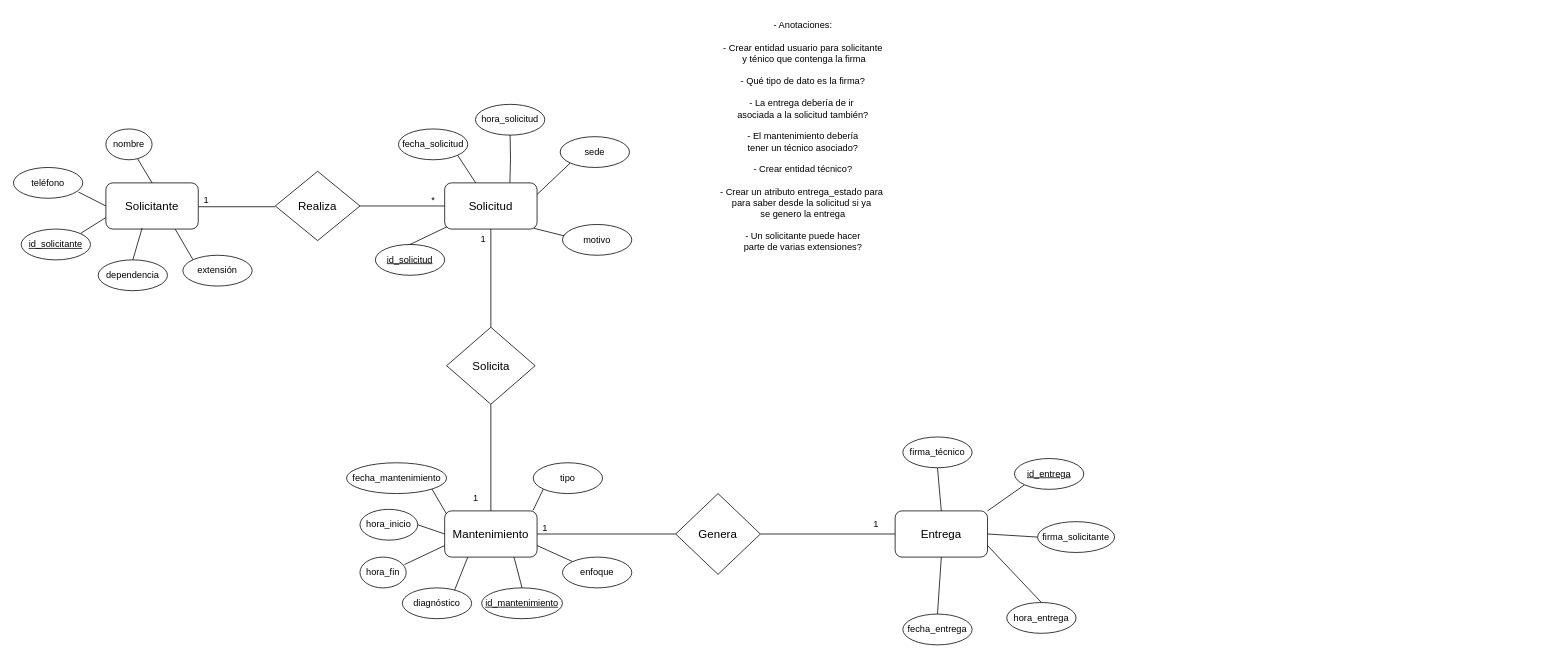
The draw.io diagram E-R Model Software and hardware maintenance.drawio in DevKike/maintenance_management_system, before the edit. Source tidied: cells renumbered, new cells numbered last; positions are measured from the earlier drawing's top-left corner, leaving out a move shared by most shapes. Both pictures are drawn from the tidied source at 77%, with x=0, y=0 at pixel (13, 13).
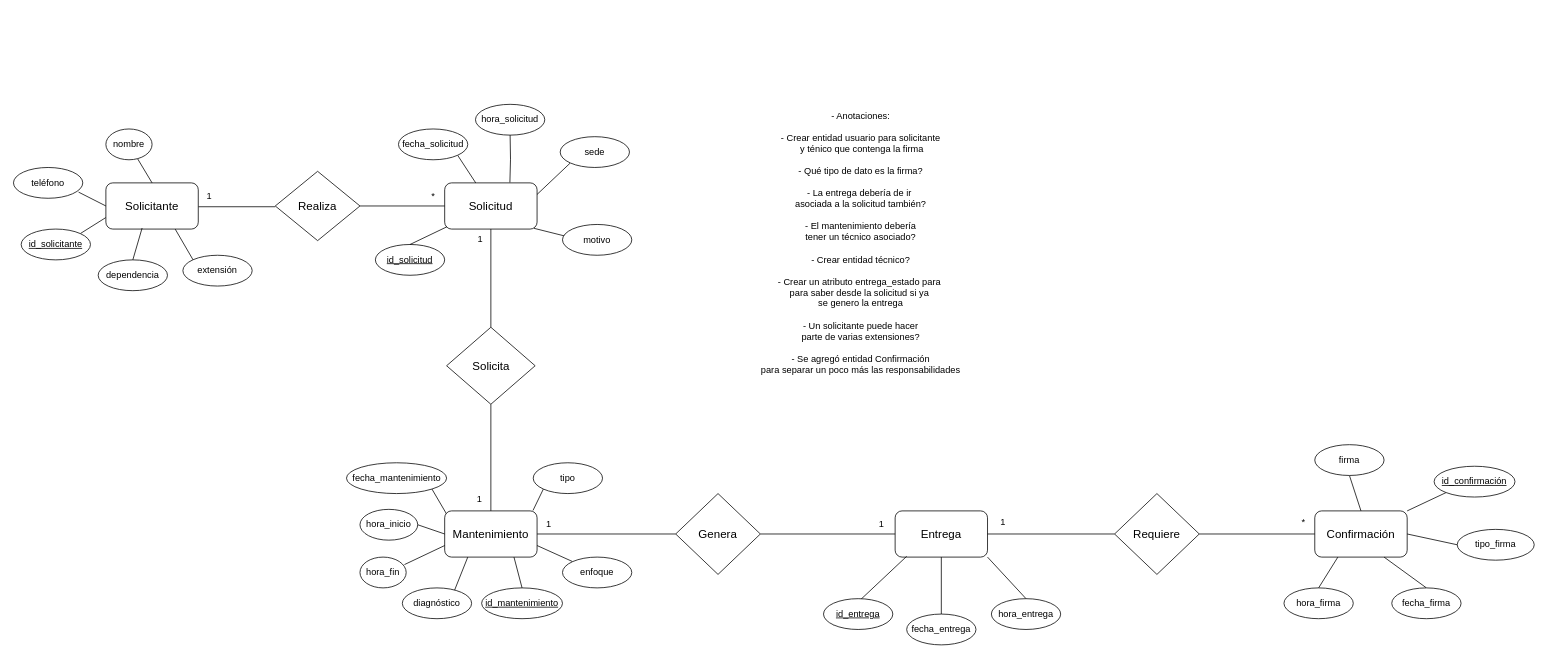
After the change.

Commit message:
Feat: add new entity and annotations

The change refers to these unchanged cells:
```xml
<mxCell id="12" value="&lt;font style=&quot;font-size: 15px;&quot;&gt;Entrega&lt;/font&gt;" style="rounded=1;whiteSpace=wrap;html=1;" parent="1" vertex="1">
  <mxGeometry x="1145" y="646" width="120" height="60" as="geometry" />
</mxCell>
```

What changed in the source:
```diff
@@
-    <mxCell id="39" style="rounded=0;jettySize=auto;html=1;exitX=0;exitY=0.5;exitDx=0;exitDy=0;entryX=1;entryY=0.5;entryDx=0;entryDy=0;endArrow=none;endFill=0;" parent="1" edge="1" source="40" target="12">
-      <mxGeometry relative="1" as="geometry" />
-    </mxCell>
-    <mxCell id="40" value="firma_solicitante" style="ellipse;whiteSpace=wrap;html=1;" parent="1" vertex="1">
-      <mxGeometry x="1330" y="660" width="100" height="40" as="geometry" />
-    </mxCell>
@@
     <mxCell id="42" value="fecha_entrega" style="ellipse;whiteSpace=wrap;html=1;" parent="1" vertex="1">
-      <mxGeometry x="1155" y="780" width="90" height="40" as="geometry" />
+      <mxGeometry x="1160" y="780" width="90" height="40" as="geometry" />
     </mxCell>
-    <mxCell id="43" style="rounded=0;jettySize=auto;html=1;exitX=0.5;exitY=1;exitDx=0;exitDy=0;entryX=0.5;entryY=0;entryDx=0;entryDy=0;endArrow=none;endFill=0;" parent="1" edge="1" source="44" target="12">
-      <mxGeometry relative="1" as="geometry" />
-    </mxCell>
-    <mxCell id="44" value="firma_técnico" style="ellipse;whiteSpace=wrap;html=1;" parent="1" vertex="1">
-      <mxGeometry x="1155" y="550" width="90" height="40" as="geometry" />
-    </mxCell>
     <mxCell id="45" value="1" style="text;html=1;align=center;verticalAlign=middle;strokeColor=none;fillColor=none;" parent="1" vertex="1">
-      <mxGeometry x="235" y="228" width="30" height="30" as="geometry" />
+      <mxGeometry x="239" y="222" width="30" height="30" as="geometry" />
     </mxCell>
     <mxCell id="46" value="*" style="text;html=1;align=center;verticalAlign=middle;strokeColor=none;fillColor=none;" parent="1" vertex="1">
-      <mxGeometry x="530" y="228" width="30" height="30" as="geometry" />
+      <mxGeometry x="530" y="223" width="30" height="30" as="geometry" />
     </mxCell>
     <mxCell id="47" value="1" style="text;html=1;align=center;verticalAlign=middle;strokeColor=none;fillColor=none;" parent="1" vertex="1">
-      <mxGeometry x="595" y="278" width="30" height="30" as="geometry" />
+      <mxGeometry x="591" y="278" width="30" height="30" as="geometry" />
     </mxCell>
     <mxCell id="48" value="1" style="text;html=1;align=center;verticalAlign=middle;strokeColor=none;fillColor=none;" parent="1" vertex="1">
-      <mxGeometry x="585" y="614" width="30" height="30" as="geometry" />
+      <mxGeometry x="590" y="616" width="30" height="30" as="geometry" />
     </mxCell>
     <mxCell id="49" value="1" style="text;html=1;align=center;verticalAlign=middle;strokeColor=none;fillColor=none;" parent="1" vertex="1">
-      <mxGeometry x="675" y="654" width="30" height="30" as="geometry" />
+      <mxGeometry x="680" y="648" width="30" height="30" as="geometry" />
     </mxCell>
     <mxCell id="50" value="1" style="text;html=1;align=center;verticalAlign=middle;strokeColor=none;fillColor=none;" parent="1" vertex="1">
-      <mxGeometry x="1105" y="648" width="30" height="30" as="geometry" />
+      <mxGeometry x="1112" y="648" width="30" height="30" as="geometry" />
     </mxCell>
@@
-    <mxCell id="55" style="rounded=0;jettySize=auto;html=1;exitX=0;exitY=1;exitDx=0;exitDy=0;entryX=1;entryY=0;entryDx=0;entryDy=0;endArrow=none;endFill=0;" parent="1" edge="1" source="56" target="12">
-      <mxGeometry relative="1" as="geometry" />
+    <mxCell id="55" style="rounded=0;jettySize=auto;html=1;exitX=0;exitY=1;exitDx=0;exitDy=0;endArrow=none;endFill=0;" parent="1" edge="1" source="56">
+      <mxGeometry relative="1" as="geometry">
+        <mxPoint x="1160" y="705" as="targetPoint" />
+      </mxGeometry>
     </mxCell>
     <mxCell id="56" value="&lt;u&gt;id_entrega&lt;/u&gt;" style="ellipse;whiteSpace=wrap;html=1;" parent="1" vertex="1">
-      <mxGeometry x="1300" y="578" width="90" height="40" as="geometry" />
+      <mxGeometry x="1052" y="760" width="90" height="40" as="geometry" />
     </mxCell>
@@
-    <mxCell id="59" value="- Anotaciones:&lt;div&gt;&lt;br&gt;&lt;/div&gt;&lt;div&gt;- Crear entidad usuario para solicitante&lt;/div&gt;&lt;div&gt;&amp;nbsp;y ténico que contenga la firma&lt;/div&gt;&lt;div&gt;&lt;br&gt;&lt;/div&gt;&lt;div&gt;- Qué tipo de dato es la firma?&lt;/div&gt;&lt;div&gt;&lt;br&gt;&lt;/div&gt;&lt;div&gt;- La entrega debería de ir&amp;nbsp;&lt;/div&gt;&lt;div&gt;asociada a la solicitud también?&lt;br&gt;&lt;br&gt;- El mantenimiento debería&lt;/div&gt;&lt;div&gt;tener un técnico asociado?&lt;/div&gt;&lt;div&gt;&lt;br&gt;&lt;/div&gt;&lt;div&gt;- Crear entidad técnico?&lt;/div&gt;&lt;div&gt;&lt;br&gt;&lt;/div&gt;&lt;div&gt;- Crear un atributo entrega_estado para&amp;nbsp;&lt;br&gt;para saber desde la solicitud si ya&amp;nbsp;&lt;br&gt;se genero la entrega&lt;/div&gt;&lt;div&gt;&lt;br&gt;&lt;/div&gt;&lt;div&gt;- Un solicitante puede hacer&lt;/div&gt;&lt;div&gt;parte de varias extensiones?&lt;/div&gt;" style="text;html=1;align=center;verticalAlign=middle;strokeColor=none;fillColor=none;" parent="1" vertex="1">
-      <mxGeometry x="905" width="240" height="320" as="geometry" />
+    <mxCell id="59" value="- Anotaciones:&lt;div&gt;&lt;br&gt;&lt;/div&gt;&lt;div&gt;- Crear entidad usuario para solicitante&lt;/div&gt;&lt;div&gt;&amp;nbsp;y ténico que contenga la firma&lt;/div&gt;&lt;div&gt;&lt;br&gt;&lt;/div&gt;&lt;div&gt;- Qué tipo de dato es la firma?&lt;/div&gt;&lt;div&gt;&lt;br&gt;&lt;/div&gt;&lt;div&gt;- La entrega debería de ir&amp;nbsp;&lt;/div&gt;&lt;div&gt;asociada a la solicitud también?&lt;br&gt;&lt;br&gt;- El mantenimiento debería&lt;/div&gt;&lt;div&gt;tener un técnico asociado?&lt;/div&gt;&lt;div&gt;&lt;br&gt;&lt;/div&gt;&lt;div&gt;- Crear entidad técnico?&lt;/div&gt;&lt;div&gt;&lt;br&gt;&lt;/div&gt;&lt;div&gt;- Crear un atributo entrega_estado para&amp;nbsp;&lt;br&gt;para saber desde la solicitud si ya&amp;nbsp;&lt;br&gt;se genero la entrega&lt;/div&gt;&lt;div&gt;&lt;br&gt;&lt;/div&gt;&lt;div&gt;- Un solicitante puede hacer&lt;/div&gt;&lt;div&gt;parte de varias extensiones?&lt;/div&gt;&lt;div&gt;&lt;br&gt;&lt;/div&gt;&lt;div&gt;- Se agregó entidad Confirmación&lt;/div&gt;&lt;div&gt;para separar un poco más las responsabilidades&lt;/div&gt;" style="text;html=1;align=center;verticalAlign=middle;strokeColor=none;fillColor=none;" parent="1" vertex="1">
+      <mxGeometry x="960" y="118" width="280" height="360" as="geometry" />
     </mxCell>
-    <mxCell id="60" style="rounded=0;jettySize=auto;html=1;exitX=0.5;exitY=0;exitDx=0;exitDy=0;endArrow=none;endFill=0;entryX=1;entryY=0.75;entryDx=0;entryDy=0;" parent="1" edge="1" source="61" target="12">
+    <mxCell id="60" style="rounded=0;jettySize=auto;html=1;exitX=0.5;exitY=0;exitDx=0;exitDy=0;endArrow=none;endFill=0;entryX=1;entryY=1;entryDx=0;entryDy=0;" parent="1" edge="1" source="61" target="12">
       <mxGeometry relative="1" as="geometry" />
     </mxCell>
     <mxCell id="61" value="hora_entrega" style="ellipse;whiteSpace=wrap;html=1;" parent="1" vertex="1">
-      <mxGeometry x="1290" y="765" width="90" height="40" as="geometry" />
+      <mxGeometry x="1270" y="760" width="90" height="40" as="geometry" />
     </mxCell>
@@
     <mxCell id="66" value="&amp;nbsp;" style="text;html=1;align=center;verticalAlign=middle;strokeColor=none;fillColor=none;" parent="1" vertex="1">
-      <mxGeometry x="955" y="278" width="30" height="30" as="geometry" />
+      <mxGeometry x="1030" y="416" width="30" height="30" as="geometry" />
     </mxCell>
+    <mxCell id="67" value="&lt;font style=&quot;font-size: 15px;&quot;&gt;Confirmación&lt;/font&gt;" style="rounded=1;whiteSpace=wrap;html=1;" parent="1" vertex="1">
+      <mxGeometry x="1690" y="646" width="120" height="60" as="geometry" />
+    </mxCell>
+    <mxCell id="68" style="rounded=0;jettySize=auto;html=1;exitX=0;exitY=0.5;exitDx=0;exitDy=0;entryX=1;entryY=0.5;entryDx=0;entryDy=0;endArrow=none;endFill=0;" parent="1" edge="1" source="69" target="67">
+      <mxGeometry relative="1" as="geometry" />
+    </mxCell>
+    <mxCell id="69" value="tipo_firma" style="ellipse;whiteSpace=wrap;html=1;" parent="1" vertex="1">
+      <mxGeometry x="1875" y="670" width="100" height="40" as="geometry" />
+    </mxCell>
+    <mxCell id="70" style="rounded=0;jettySize=auto;html=1;exitX=0.5;exitY=0;exitDx=0;exitDy=0;entryX=0.75;entryY=1;entryDx=0;entryDy=0;endArrow=none;endFill=0;" parent="1" edge="1" source="71" target="67">
+      <mxGeometry relative="1" as="geometry" />
+    </mxCell>
+    <mxCell id="71" value="fecha_firma" style="ellipse;whiteSpace=wrap;html=1;" parent="1" vertex="1">
+      <mxGeometry x="1790" y="746" width="90" height="40" as="geometry" />
+    </mxCell>
+    <mxCell id="72" style="rounded=0;jettySize=auto;html=1;exitX=0.5;exitY=1;exitDx=0;exitDy=0;entryX=0.5;entryY=0;entryDx=0;entryDy=0;endArrow=none;endFill=0;" parent="1" edge="1" source="73" target="67">
+      <mxGeometry relative="1" as="geometry" />
+    </mxCell>
+    <mxCell id="73" value="firma" style="ellipse;whiteSpace=wrap;html=1;" parent="1" vertex="1">
+      <mxGeometry x="1690" y="560" width="90" height="40" as="geometry" />
+    </mxCell>
+    <mxCell id="74" value="1" style="text;html=1;align=center;verticalAlign=middle;strokeColor=none;fillColor=none;" parent="1" vertex="1">
+      <mxGeometry x="1270" y="646" width="30" height="30" as="geometry" />
+    </mxCell>
+    <mxCell id="75" style="rounded=0;jettySize=auto;html=1;exitX=0;exitY=1;exitDx=0;exitDy=0;entryX=1;entryY=0;entryDx=0;entryDy=0;endArrow=none;endFill=0;" parent="1" edge="1" source="76" target="67">
+      <mxGeometry relative="1" as="geometry" />
+    </mxCell>
+    <mxCell id="76" value="&lt;u&gt;id_confirmación&lt;/u&gt;" style="ellipse;whiteSpace=wrap;html=1;" parent="1" vertex="1">
+      <mxGeometry x="1845" y="588" width="105" height="40" as="geometry" />
+    </mxCell>
+    <mxCell id="77" value="&lt;span style=&quot;font-size: 15px;&quot;&gt;Requiere&lt;/span&gt;" style="rhombus;whiteSpace=wrap;html=1;" parent="1" vertex="1">
+      <mxGeometry x="1430" y="623.5" width="110" height="105" as="geometry" />
+    </mxCell>
+    <mxCell id="78" style="rounded=0;jettySize=auto;html=1;exitX=0;exitY=0.5;exitDx=0;exitDy=0;endArrow=none;endFill=0;entryX=1;entryY=0.5;entryDx=0;entryDy=0;" parent="1" edge="1" source="77" target="12">
+      <mxGeometry relative="1" as="geometry" />
+    </mxCell>
+    <mxCell id="79" style="rounded=0;jettySize=auto;html=1;exitX=0;exitY=0.5;exitDx=0;exitDy=0;endArrow=none;endFill=0;entryX=1;entryY=0.5;entryDx=0;entryDy=0;" parent="1" edge="1" source="67" target="77">
+      <mxGeometry relative="1" as="geometry" />
+    </mxCell>
+    <mxCell id="80" value="*" style="text;html=1;align=center;verticalAlign=middle;strokeColor=none;fillColor=none;" parent="1" vertex="1">
+      <mxGeometry x="1660" y="646" width="30" height="30" as="geometry" />
+    </mxCell>
+    <mxCell id="81" style="rounded=0;jettySize=auto;html=1;entryX=0.25;entryY=1;entryDx=0;entryDy=0;endArrow=none;endFill=0;exitX=0.5;exitY=0;exitDx=0;exitDy=0;" parent="1" edge="1" source="82" target="67">
+      <mxGeometry relative="1" as="geometry" />
+    </mxCell>
+    <mxCell id="82" value="hora_firma" style="ellipse;whiteSpace=wrap;html=1;" parent="1" vertex="1">
+      <mxGeometry x="1650" y="746" width="90" height="40" as="geometry" />
+    </mxCell>
```
